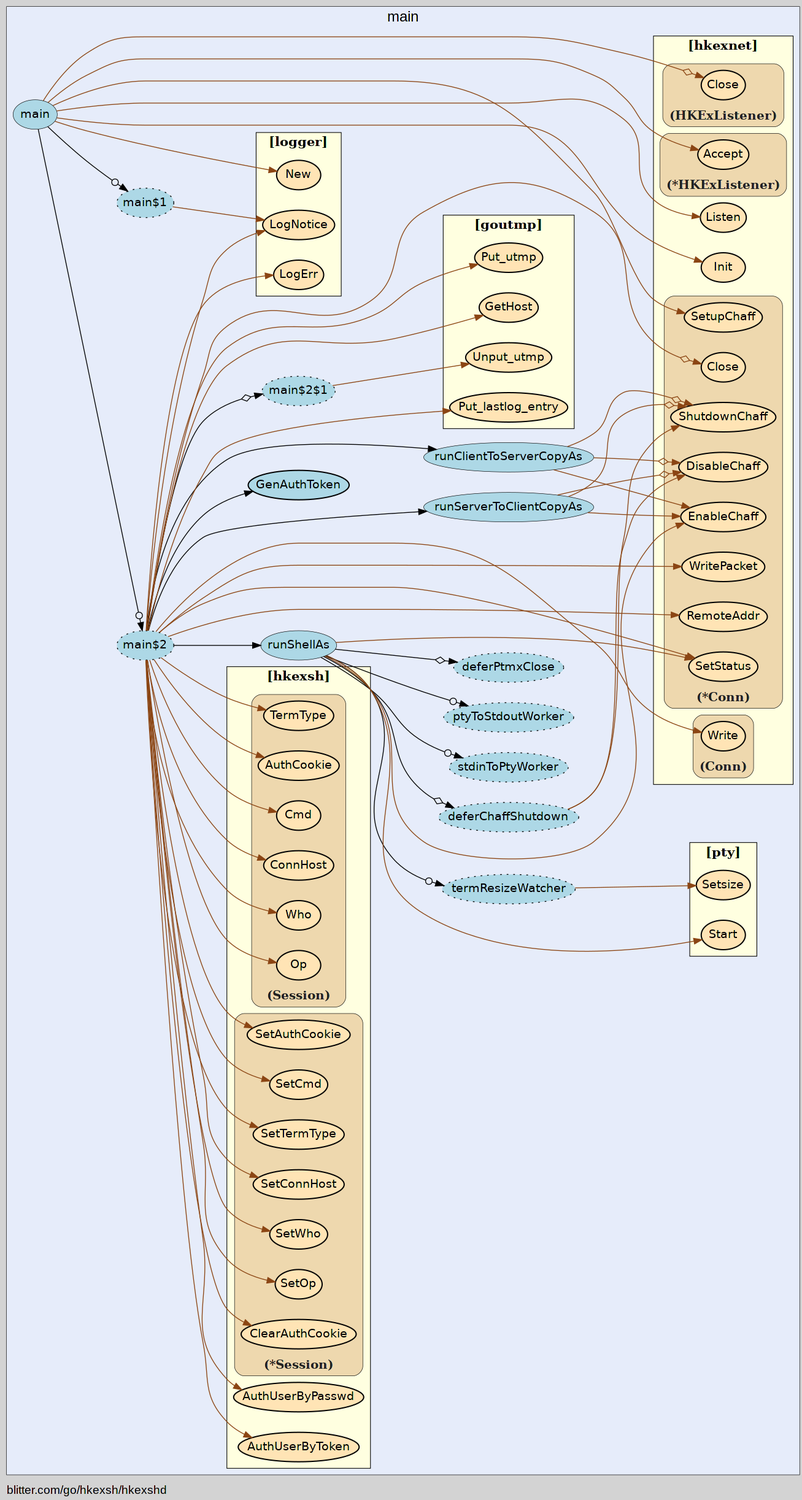
Earlier version of the Graphviz export hkexshd/hkexshd-vis.gv.png (isgasho/xs). Its source is kept beside it as hkexshd/hkexshd-vis.gv.
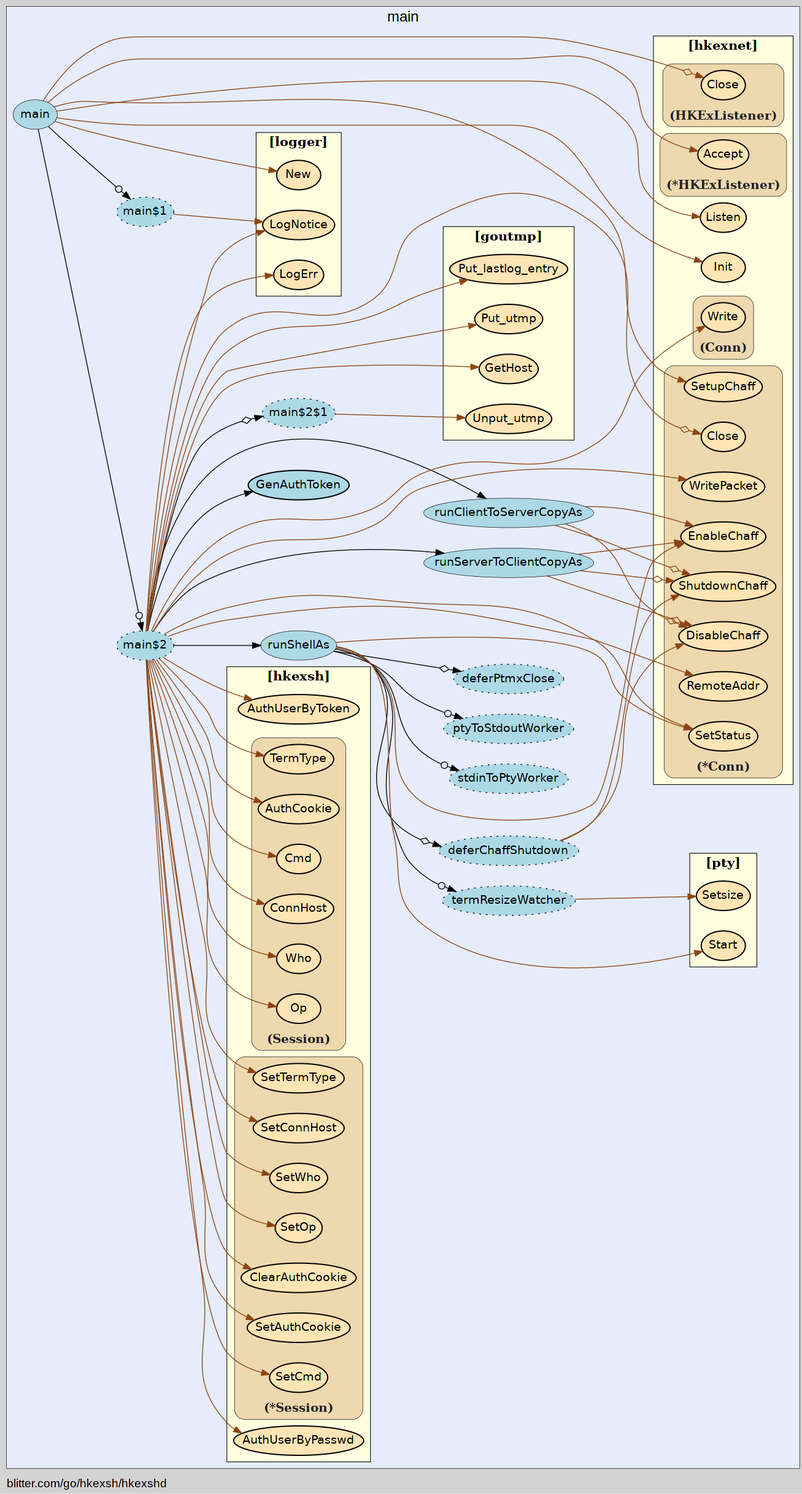
After the change.

Change to the diagram source:
```diff
@@ -14,57 +14,57 @@
     edge [minlen="2"]
 
     subgraph "cluster_focus" {
-        labelloc="t";
+        bgcolor="#e6ecfa";
+label="main";
+labelloc="t";
 labeljust="c";
 fontsize="18";
-bgcolor="#e6ecfa";
-label="main";
 
-        "blitter.com/go/hkexsh/hkexshd.runShellAs$4" [ fillcolor="lightblue" label="deferChaffShutdown" style="dotted,filled" ]
-        "blitter.com/go/hkexsh/hkexshd.runServerToClientCopyAs" [ label="runServerToClientCopyAs" penwidth="0.5" fillcolor="lightblue" ]
+        "blitter.com/go/hkexsh/hkexshd.runShellAs$2" [ fillcolor="lightblue" label="termResizeWatcher" style="dotted,filled" ]
         "blitter.com/go/hkexsh/hkexshd.runClientToServerCopyAs" [ fillcolor="lightblue" label="runClientToServerCopyAs" penwidth="0.5" ]
         "blitter.com/go/hkexsh/hkexshd.main" [ fillcolor="lightblue" label="main" penwidth="0.5" ]
         "blitter.com/go/hkexsh/hkexshd.main$1" [ label="main$1" style="dotted,filled" fillcolor="lightblue" ]
-        "blitter.com/go/hkexsh/hkexshd.main$2" [ label="main$2" style="dotted,filled" fillcolor="lightblue" ]
+        "blitter.com/go/hkexsh/hkexshd.main$2" [ fillcolor="lightblue" label="main$2" style="dotted,filled" ]
         "blitter.com/go/hkexsh/hkexshd.GenAuthToken" [ fillcolor="lightblue" label="GenAuthToken" penwidth="1.5" ]
         "blitter.com/go/hkexsh/hkexshd.runShellAs" [ fillcolor="lightblue" label="runShellAs" penwidth="0.5" ]
-        "blitter.com/go/hkexsh/hkexshd.runShellAs$1" [ fillcolor="lightblue" label="deferPtmxClose" style="dotted,filled" ]
-        "blitter.com/go/hkexsh/hkexshd.runShellAs$2" [ fillcolor="lightblue" label="termResizeWatcher" style="dotted,filled" ]
-        "blitter.com/go/hkexsh/hkexshd.runShellAs$3" [ fillcolor="lightblue" label="stdinToPtyWorker" style="dotted,filled" ]
+        "blitter.com/go/hkexsh/hkexshd.runShellAs$1" [ label="deferPtmxClose" style="dotted,filled" fillcolor="lightblue" ]
+        "blitter.com/go/hkexsh/hkexshd.runShellAs$3" [ label="stdinToPtyWorker" style="dotted,filled" fillcolor="lightblue" ]
+        "blitter.com/go/hkexsh/hkexshd.runShellAs$4" [ fillcolor="lightblue" label="deferChaffShutdown" style="dotted,filled" ]
         "blitter.com/go/hkexsh/hkexshd.runShellAs$5" [ fillcolor="lightblue" label="ptyToStdoutWorker" style="dotted,filled" ]
-        "blitter.com/go/hkexsh/hkexshd.main$2$1" [ label="main$2$1" style="dotted,filled" fillcolor="lightblue" ]
+        "blitter.com/go/hkexsh/hkexshd.main$2$1" [ fillcolor="lightblue" label="main$2$1" style="dotted,filled" ]
+        "blitter.com/go/hkexsh/hkexshd.runServerToClientCopyAs" [ fillcolor="lightblue" label="runServerToClientCopyAs" penwidth="0.5" ]
 
         subgraph "cluster_blitter.com/go/goutmp" {
-        penwidth="0.8";
-fontsize="16";
+        fontsize="16";
+fontname="bold";
+label="[goutmp]";
+penwidth="0.8";
+style="filled";
 fillcolor="lightyellow";
+rank="sink";
+URL="/?f=blitter.com/go/goutmp";
 tooltip="package: blitter.com/go/goutmp";
-style="filled";
-fontname="bold";
-rank="sink";
-label="[goutmp]";
-URL="/?f=blitter.com/go/goutmp";
 
         "blitter.com/go/goutmp.GetHost" [ fillcolor="moccasin" label="GetHost" penwidth="1.5" ]
-        "blitter.com/go/goutmp.Put_utmp" [ penwidth="1.5" fillcolor="moccasin" label="Put_utmp" ]
-        "blitter.com/go/goutmp.Unput_utmp" [ fillcolor="moccasin" label="Unput_utmp" penwidth="1.5" ]
-        "blitter.com/go/goutmp.Put_lastlog_entry" [ fillcolor="moccasin" label="Put_lastlog_entry" penwidth="1.5" ]
+        "blitter.com/go/goutmp.Put_utmp" [ fillcolor="moccasin" label="Put_utmp" penwidth="1.5" ]
+        "blitter.com/go/goutmp.Unput_utmp" [ label="Unput_utmp" penwidth="1.5" fillcolor="moccasin" ]
+        "blitter.com/go/goutmp.Put_lastlog_entry" [ penwidth="1.5" fillcolor="moccasin" label="Put_lastlog_entry" ]
 
     }
 
         subgraph "cluster_blitter.com/go/hkexsh" {
-        style="filled";
+        fontname="bold";
+rank="sink";
+URL="/?f=blitter.com/go/hkexsh";
+tooltip="package: blitter.com/go/hkexsh";
+penwidth="0.8";
 fillcolor="lightyellow";
 label="[hkexsh]";
-URL="/?f=blitter.com/go/hkexsh";
-penwidth="0.8";
 fontsize="16";
-tooltip="package: blitter.com/go/hkexsh";
-fontname="bold";
-rank="sink";
+style="filled";
 
         "blitter.com/go/hkexsh.AuthUserByToken" [ fillcolor="moccasin" label="AuthUserByToken" penwidth="1.5" ]
-        "blitter.com/go/hkexsh.AuthUserByPasswd" [ fillcolor="moccasin" label="AuthUserByPasswd" penwidth="1.5" ]
+        "blitter.com/go/hkexsh.AuthUserByPasswd" [ label="AuthUserByPasswd" penwidth="1.5" fillcolor="moccasin" ]
 
         subgraph "cluster_*blitter.com/go/hkexsh.Session" {
         label="(*Session)";
@@ -76,31 +76,31 @@
 style="rounded,filled";
 fillcolor="wheat2";
 
-        "(*blitter.com/go/hkexsh.Session).SetOp" [ penwidth="1.5" fillcolor="moccasin" label="SetOp" ]
-        "(*blitter.com/go/hkexsh.Session).SetWho" [ penwidth="1.5" fillcolor="moccasin" label="SetWho" ]
-        "(*blitter.com/go/hkexsh.Session).SetConnHost" [ fillcolor="moccasin" label="SetConnHost" penwidth="1.5" ]
+        "(*blitter.com/go/hkexsh.Session).SetOp" [ fillcolor="moccasin" label="SetOp" penwidth="1.5" ]
+        "(*blitter.com/go/hkexsh.Session).SetWho" [ label="SetWho" penwidth="1.5" fillcolor="moccasin" ]
+        "(*blitter.com/go/hkexsh.Session).SetConnHost" [ label="SetConnHost" penwidth="1.5" fillcolor="moccasin" ]
         "(*blitter.com/go/hkexsh.Session).SetTermType" [ fillcolor="moccasin" label="SetTermType" penwidth="1.5" ]
         "(*blitter.com/go/hkexsh.Session).SetCmd" [ fillcolor="moccasin" label="SetCmd" penwidth="1.5" ]
-        "(*blitter.com/go/hkexsh.Session).SetAuthCookie" [ label="SetAuthCookie" penwidth="1.5" fillcolor="moccasin" ]
-        "(*blitter.com/go/hkexsh.Session).ClearAuthCookie" [ fillcolor="moccasin" label="ClearAuthCookie" penwidth="1.5" ]
+        "(*blitter.com/go/hkexsh.Session).SetAuthCookie" [ fillcolor="moccasin" label="SetAuthCookie" penwidth="1.5" ]
+        "(*blitter.com/go/hkexsh.Session).ClearAuthCookie" [ penwidth="1.5" fillcolor="moccasin" label="ClearAuthCookie" ]
 
     }
 
         subgraph "cluster_blitter.com/go/hkexsh.Session" {
-        fillcolor="wheat2";
+        fontcolor="#222222";
+labelloc="b";
+style="rounded,filled";
+fillcolor="wheat2";
 label="(Session)";
 tooltip="type: blitter.com/go/hkexsh.Session";
 penwidth="0.5";
 fontsize="15";
-fontcolor="#222222";
-labelloc="b";
-style="rounded,filled";
 
-        "(blitter.com/go/hkexsh.Session).Op" [ label="Op" penwidth="1.5" fillcolor="moccasin" ]
+        "(blitter.com/go/hkexsh.Session).Op" [ penwidth="1.5" fillcolor="moccasin" label="Op" ]
         "(blitter.com/go/hkexsh.Session).Who" [ fillcolor="moccasin" label="Who" penwidth="1.5" ]
         "(blitter.com/go/hkexsh.Session).ConnHost" [ fillcolor="moccasin" label="ConnHost" penwidth="1.5" ]
         "(blitter.com/go/hkexsh.Session).Cmd" [ label="Cmd" penwidth="1.5" fillcolor="moccasin" ]
-        "(blitter.com/go/hkexsh.Session).AuthCookie" [ label="AuthCookie" penwidth="1.5" fillcolor="moccasin" ]
+        "(blitter.com/go/hkexsh.Session).AuthCookie" [ fillcolor="moccasin" label="AuthCookie" penwidth="1.5" ]
         "(blitter.com/go/hkexsh.Session).TermType" [ fillcolor="moccasin" label="TermType" penwidth="1.5" ]
 
     }
@@ -108,77 +108,77 @@
     }
 
         subgraph "cluster_blitter.com/go/hkexsh/hkexnet" {
-        rank="sink";
-label="[hkexnet]";
-URL="/?f=blitter.com/go/hkexsh/hkexnet";
-tooltip="package: blitter.com/go/hkexsh/hkexnet";
-penwidth="0.8";
+        penwidth="0.8";
 fontsize="16";
 style="filled";
 fillcolor="lightyellow";
+label="[hkexnet]";
+URL="/?f=blitter.com/go/hkexsh/hkexnet";
 fontname="bold";
+rank="sink";
+tooltip="package: blitter.com/go/hkexsh/hkexnet";
 
         "blitter.com/go/hkexsh/hkexnet.Init" [ fillcolor="moccasin" label="Init" penwidth="1.5" ]
-        "blitter.com/go/hkexsh/hkexnet.Listen" [ label="Listen" penwidth="1.5" fillcolor="moccasin" ]
+        "blitter.com/go/hkexsh/hkexnet.Listen" [ penwidth="1.5" fillcolor="moccasin" label="Listen" ]
 
         subgraph "cluster_*blitter.com/go/hkexsh/hkexnet.Conn" {
-        style="rounded,filled";
+        penwidth="0.5";
+fontsize="15";
+fontcolor="#222222";
+labelloc="b";
+style="rounded,filled";
 fillcolor="wheat2";
 label="(*Conn)";
 tooltip="type: *blitter.com/go/hkexsh/hkexnet.Conn";
-penwidth="0.5";
-fontsize="15";
-fontcolor="#222222";
-labelloc="b";
 
+        "(*blitter.com/go/hkexsh/hkexnet.Conn).EnableChaff" [ penwidth="1.5" fillcolor="moccasin" label="EnableChaff" ]
         "(*blitter.com/go/hkexsh/hkexnet.Conn).DisableChaff" [ fillcolor="moccasin" label="DisableChaff" penwidth="1.5" ]
         "(*blitter.com/go/hkexsh/hkexnet.Conn).ShutdownChaff" [ fillcolor="moccasin" label="ShutdownChaff" penwidth="1.5" ]
-        "(*blitter.com/go/hkexsh/hkexnet.Conn).EnableChaff" [ penwidth="1.5" fillcolor="moccasin" label="EnableChaff" ]
         "(*blitter.com/go/hkexsh/hkexnet.Conn).SetupChaff" [ fillcolor="moccasin" label="SetupChaff" penwidth="1.5" ]
         "(*blitter.com/go/hkexsh/hkexnet.Conn).Close" [ fillcolor="moccasin" label="Close" penwidth="1.5" ]
         "(*blitter.com/go/hkexsh/hkexnet.Conn).RemoteAddr" [ fillcolor="moccasin" label="RemoteAddr" penwidth="1.5" ]
-        "(*blitter.com/go/hkexsh/hkexnet.Conn).SetStatus" [ fillcolor="moccasin" label="SetStatus" penwidth="1.5" ]
+        "(*blitter.com/go/hkexsh/hkexnet.Conn).SetStatus" [ penwidth="1.5" fillcolor="moccasin" label="SetStatus" ]
         "(*blitter.com/go/hkexsh/hkexnet.Conn).WritePacket" [ fillcolor="moccasin" label="WritePacket" penwidth="1.5" ]
 
     }
 
         subgraph "cluster_*blitter.com/go/hkexsh/hkexnet.HKExListener" {
-        fontsize="15";
+        tooltip="type: *blitter.com/go/hkexsh/hkexnet.HKExListener";
+penwidth="0.5";
+fontsize="15";
 fontcolor="#222222";
 labelloc="b";
 style="rounded,filled";
 fillcolor="wheat2";
 label="(*HKExListener)";
-tooltip="type: *blitter.com/go/hkexsh/hkexnet.HKExListener";
-penwidth="0.5";
 
         "(*blitter.com/go/hkexsh/hkexnet.HKExListener).Accept" [ fillcolor="moccasin" label="Accept" penwidth="1.5" ]
 
     }
 
         subgraph "cluster_blitter.com/go/hkexsh/hkexnet.Conn" {
-        style="rounded,filled";
+        labelloc="b";
+style="rounded,filled";
 fillcolor="wheat2";
 label="(Conn)";
 tooltip="type: blitter.com/go/hkexsh/hkexnet.Conn";
 penwidth="0.5";
 fontsize="15";
 fontcolor="#222222";
-labelloc="b";
 
-        "(blitter.com/go/hkexsh/hkexnet.Conn).Write" [ label="Write" penwidth="1.5" fillcolor="moccasin" ]
+        "(blitter.com/go/hkexsh/hkexnet.Conn).Write" [ fillcolor="moccasin" label="Write" penwidth="1.5" ]
 
     }
 
         subgraph "cluster_blitter.com/go/hkexsh/hkexnet.HKExListener" {
-        penwidth="0.5";
-fontsize="15";
+        fontsize="15";
 fontcolor="#222222";
 labelloc="b";
 style="rounded,filled";
 fillcolor="wheat2";
 label="(HKExListener)";
 tooltip="type: blitter.com/go/hkexsh/hkexnet.HKExListener";
+penwidth="0.5";
 
         "(blitter.com/go/hkexsh/hkexnet.HKExListener).Close" [ fillcolor="moccasin" label="Close" penwidth="1.5" ]
 
@@ -187,48 +187,44 @@
     }
 
         subgraph "cluster_blitter.com/go/hkexsh/logger" {
-        URL="/?f=blitter.com/go/hkexsh/logger";
+        fontsize="16";
+rank="sink";
+URL="/?f=blitter.com/go/hkexsh/logger";
 tooltip="package: blitter.com/go/hkexsh/logger";
 penwidth="0.8";
 style="filled";
+fillcolor="lightyellow";
 fontname="bold";
-rank="sink";
 label="[logger]";
-fontsize="16";
-fillcolor="lightyellow";
 
-        "blitter.com/go/hkexsh/logger.New" [ penwidth="1.5" fillcolor="moccasin" label="New" ]
+        "blitter.com/go/hkexsh/logger.New" [ fillcolor="moccasin" label="New" penwidth="1.5" ]
         "blitter.com/go/hkexsh/logger.LogNotice" [ penwidth="1.5" fillcolor="moccasin" label="LogNotice" ]
-        "blitter.com/go/hkexsh/logger.LogErr" [ fillcolor="moccasin" label="LogErr" penwidth="1.5" ]
+        "blitter.com/go/hkexsh/logger.LogErr" [ penwidth="1.5" fillcolor="moccasin" label="LogErr" ]
 
     }
 
         subgraph "cluster_github.com/kr/pty" {
-        fontname="bold";
-label="[pty]";
+        style="filled";
+fontname="bold";
+rank="sink";
 URL="/?f=github.com/kr/pty";
 tooltip="package: github.com/kr/pty";
 penwidth="0.8";
-style="filled";
+fontsize="16";
 fillcolor="lightyellow";
-rank="sink";
-fontsize="16";
+label="[pty]";
 
+        "github.com/kr/pty.Setsize" [ fillcolor="moccasin" label="Setsize" penwidth="1.5" ]
         "github.com/kr/pty.Start" [ fillcolor="moccasin" label="Start" penwidth="1.5" ]
-        "github.com/kr/pty.Setsize" [ fillcolor="moccasin" label="Setsize" penwidth="1.5" ]
 
     }
 
     }
 
-    "blitter.com/go/hkexsh/hkexshd.runShellAs$4" -> "(*blitter.com/go/hkexsh/hkexnet.Conn).DisableChaff" [ color="saddlebrown" ]
-    "blitter.com/go/hkexsh/hkexshd.runShellAs$4" -> "(*blitter.com/go/hkexsh/hkexnet.Conn).ShutdownChaff" [ color="saddlebrown" ]
-    "blitter.com/go/hkexsh/hkexshd.runServerToClientCopyAs" -> "(*blitter.com/go/hkexsh/hkexnet.Conn).EnableChaff" [ color="saddlebrown" ]
-    "blitter.com/go/hkexsh/hkexshd.runServerToClientCopyAs" -> "(*blitter.com/go/hkexsh/hkexnet.Conn).DisableChaff" [ arrowhead="normalnoneodiamond" color="saddlebrown" ]
-    "blitter.com/go/hkexsh/hkexshd.runServerToClientCopyAs" -> "(*blitter.com/go/hkexsh/hkexnet.Conn).ShutdownChaff" [ arrowhead="normalnoneodiamond" color="saddlebrown" ]
+    "blitter.com/go/hkexsh/hkexshd.runShellAs$2" -> "github.com/kr/pty.Setsize" [ color="saddlebrown" ]
     "blitter.com/go/hkexsh/hkexshd.runClientToServerCopyAs" -> "(*blitter.com/go/hkexsh/hkexnet.Conn).EnableChaff" [ color="saddlebrown" ]
     "blitter.com/go/hkexsh/hkexshd.runClientToServerCopyAs" -> "(*blitter.com/go/hkexsh/hkexnet.Conn).DisableChaff" [ arrowhead="normalnoneodiamond" color="saddlebrown" ]
-    "blitter.com/go/hkexsh/hkexshd.runClientToServerCopyAs" -> "(*blitter.com/go/hkexsh/hkexnet.Conn).ShutdownChaff" [ color="saddlebrown" arrowhead="normalnoneodiamond" ]
+    "blitter.com/go/hkexsh/hkexshd.runClientToServerCopyAs" -> "(*blitter.com/go/hkexsh/hkexnet.Conn).ShutdownChaff" [ arrowhead="normalnoneodiamond" color="saddlebrown" ]
     "blitter.com/go/hkexsh/hkexshd.main" -> "blitter.com/go/hkexsh/logger.New" [ color="saddlebrown" ]
     "blitter.com/go/hkexsh/hkexshd.main" -> "blitter.com/go/hkexsh/hkexnet.Init" [ color="saddlebrown" ]
     "blitter.com/go/hkexsh/hkexshd.main$1" -> "blitter.com/go/hkexsh/logger.LogNotice" [ color="saddlebrown" ]
@@ -260,10 +256,11 @@
     "blitter.com/go/hkexsh/hkexshd.main$2" -> "(blitter.com/go/hkexsh.Session).TermType" [ color="saddlebrown" ]
     "blitter.com/go/hkexsh/hkexshd.runShellAs" -> "github.com/kr/pty.Start" [ color="saddlebrown" ]
     "blitter.com/go/hkexsh/hkexshd.runShellAs" -> "blitter.com/go/hkexsh/hkexshd.runShellAs$1" [ arrowhead="normalnoneodiamond" ]
-    "blitter.com/go/hkexsh/hkexshd.runShellAs$2" -> "github.com/kr/pty.Setsize" [ color="saddlebrown" ]
     "blitter.com/go/hkexsh/hkexshd.runShellAs" -> "blitter.com/go/hkexsh/hkexshd.runShellAs$2" [ arrowhead="normalnoneodot" ]
     "blitter.com/go/hkexsh/hkexshd.runShellAs" -> "blitter.com/go/hkexsh/hkexshd.runShellAs$3" [ arrowhead="normalnoneodot" ]
     "blitter.com/go/hkexsh/hkexshd.runShellAs" -> "(*blitter.com/go/hkexsh/hkexnet.Conn).EnableChaff" [ color="saddlebrown" ]
+    "blitter.com/go/hkexsh/hkexshd.runShellAs$4" -> "(*blitter.com/go/hkexsh/hkexnet.Conn).DisableChaff" [ color="saddlebrown" ]
+    "blitter.com/go/hkexsh/hkexshd.runShellAs$4" -> "(*blitter.com/go/hkexsh/hkexnet.Conn).ShutdownChaff" [ color="saddlebrown" ]
     "blitter.com/go/hkexsh/hkexshd.runShellAs" -> "blitter.com/go/hkexsh/hkexshd.runShellAs$4" [ arrowhead="normalnoneodiamond" ]
     "blitter.com/go/hkexsh/hkexshd.runShellAs" -> "blitter.com/go/hkexsh/hkexshd.runShellAs$5" [ arrowhead="normalnoneodot" ]
     "blitter.com/go/hkexsh/hkexshd.runShellAs" -> "(*blitter.com/go/hkexsh/hkexnet.Conn).SetStatus" [ color="saddlebrown" ]
@@ -276,6 +273,9 @@
     "blitter.com/go/hkexsh/hkexshd.main$2" -> "blitter.com/go/goutmp.Put_lastlog_entry" [ color="saddlebrown" ]
     "blitter.com/go/hkexsh/hkexshd.main$2" -> "blitter.com/go/hkexsh/hkexshd.runClientToServerCopyAs" [  ]
     "blitter.com/go/hkexsh/hkexshd.main$2" -> "(*blitter.com/go/hkexsh/hkexnet.Conn).WritePacket" [ color="saddlebrown" ]
+    "blitter.com/go/hkexsh/hkexshd.runServerToClientCopyAs" -> "(*blitter.com/go/hkexsh/hkexnet.Conn).EnableChaff" [ color="saddlebrown" ]
+    "blitter.com/go/hkexsh/hkexshd.runServerToClientCopyAs" -> "(*blitter.com/go/hkexsh/hkexnet.Conn).DisableChaff" [ arrowhead="normalnoneodiamond" color="saddlebrown" ]
+    "blitter.com/go/hkexsh/hkexshd.runServerToClientCopyAs" -> "(*blitter.com/go/hkexsh/hkexnet.Conn).ShutdownChaff" [ color="saddlebrown" arrowhead="normalnoneodiamond" ]
     "blitter.com/go/hkexsh/hkexshd.main$2" -> "blitter.com/go/hkexsh/hkexshd.runServerToClientCopyAs" [  ]
     "blitter.com/go/hkexsh/hkexshd.main" -> "blitter.com/go/hkexsh/hkexshd.main$2" [ arrowhead="normalnoneodot" ]
 }
```
